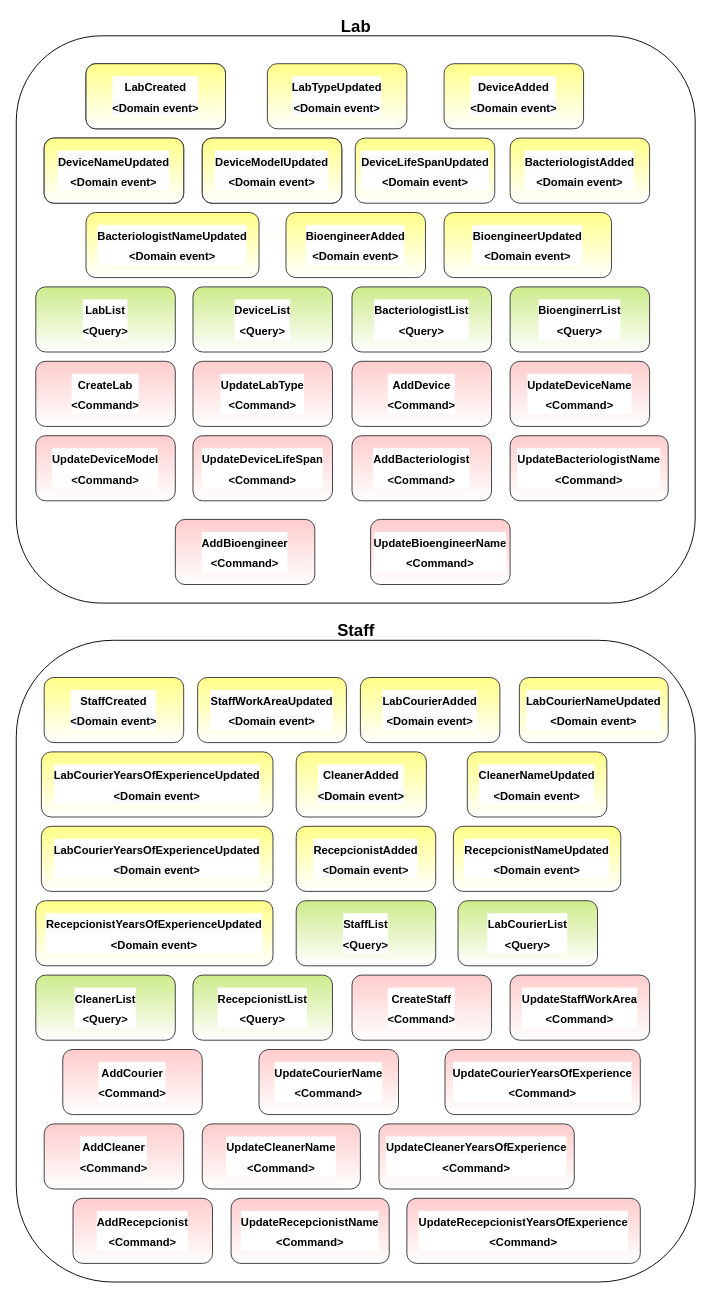
This is page "CommandsQuerys" (4 of 4) of src/main/java/MedalloLab.drawio from jpabloallin/medellinLabDDD, a draw.io file, before an edit. Source tidied: cells renumbered, new cells numbered last; positions are measured from the earlier drawing's top-left corner, leaving out a move shared by most shapes. Both pictures are drawn from the tidied source at 93%, with x=0, y=0 at pixel (16, 17).
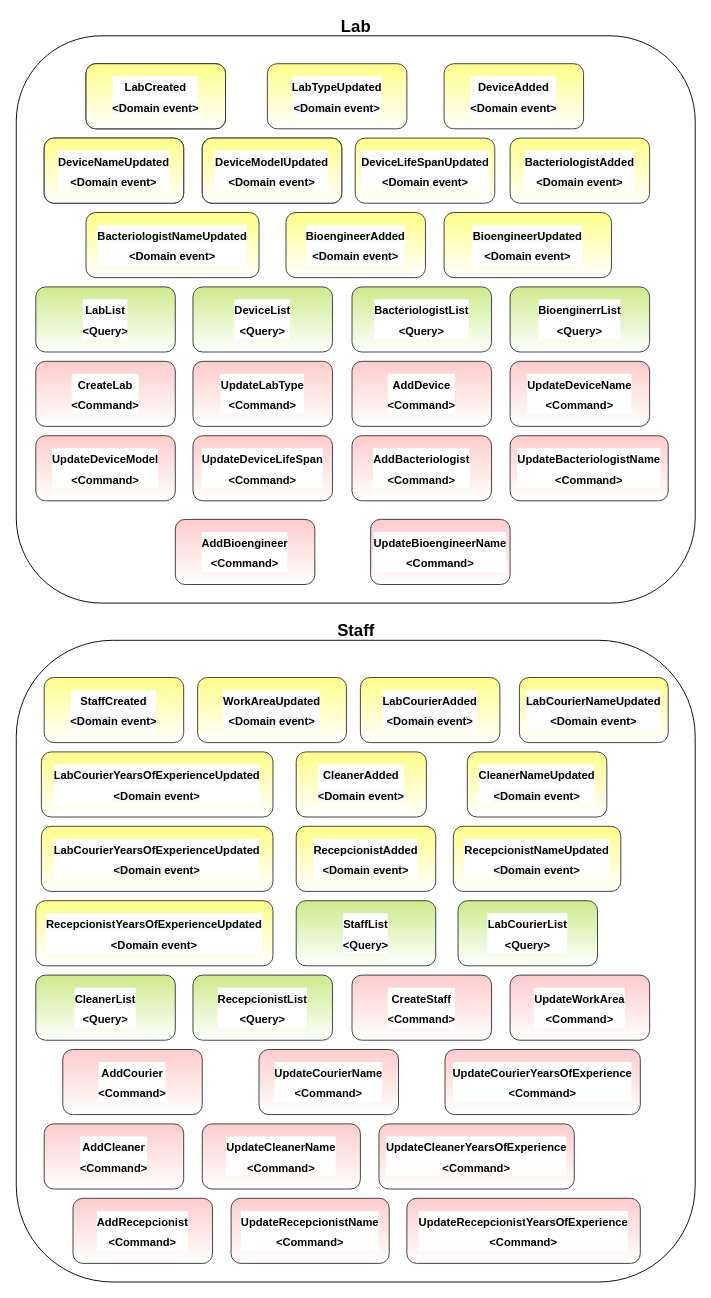
The same page after the edit.

Change to the diagram source:
```diff
@@
-    <mxCell id="57" value="&lt;span style=&quot;font-size: 12px; font-weight: 700; text-align: left; background-color: rgb(248, 249, 250);&quot;&gt;StaffWorkAreaUpdated&lt;br&gt;&lt;/span&gt;&lt;span style=&quot;font-size: 12px; font-weight: 700; text-align: left; background-color: rgb(248, 249, 250);&quot;&gt;&amp;lt;Domain event&amp;gt;&lt;/span&gt;&lt;span style=&quot;font-size: 12px; font-weight: 700; text-align: left; background-color: rgb(248, 249, 250);&quot;&gt;&lt;br&gt;&lt;/span&gt;" style="rounded=1;whiteSpace=wrap;html=1;labelBackgroundColor=default;labelBorderColor=none;fontSize=18;strokeColor=#36393d;fillColor=#ffff88;gradientColor=#ffffff;" parent="1" vertex="1">
+    <mxCell id="57" value="&lt;span style=&quot;font-size: 12px; font-weight: 700; text-align: left; background-color: rgb(248, 249, 250);&quot;&gt;WorkAreaUpdated&lt;br&gt;&lt;/span&gt;&lt;span style=&quot;font-size: 12px; font-weight: 700; text-align: left; background-color: rgb(248, 249, 250);&quot;&gt;&amp;lt;Domain event&amp;gt;&lt;/span&gt;&lt;span style=&quot;font-size: 12px; font-weight: 700; text-align: left; background-color: rgb(248, 249, 250);&quot;&gt;&lt;br&gt;&lt;/span&gt;" style="rounded=1;whiteSpace=wrap;html=1;labelBackgroundColor=default;labelBorderColor=none;fontSize=18;strokeColor=#36393d;fillColor=#ffff88;gradientColor=#ffffff;" parent="1" vertex="1">
       <mxGeometry x="195" y="710" width="160" height="70" as="geometry" />
     </mxCell>
-    <mxCell id="58" value="&lt;b&gt;&lt;font style=&quot;font-size: 12px;&quot;&gt;Update&lt;/font&gt;&lt;/b&gt;&lt;b&gt;&lt;font style=&quot;font-size: 12px;&quot;&gt;StaffWorkArea&lt;br&gt;&amp;lt;Command&amp;gt;&lt;br&gt;&lt;/font&gt;&lt;/b&gt;" style="rounded=1;whiteSpace=wrap;html=1;labelBackgroundColor=default;labelBorderColor=none;fontSize=18;strokeColor=#36393d;fillColor=#ffcccc;gradientColor=#ffffff;" parent="1" vertex="1">
+    <mxCell id="58" value="&lt;b&gt;&lt;font style=&quot;font-size: 12px;&quot;&gt;Update&lt;/font&gt;&lt;/b&gt;&lt;b&gt;&lt;font style=&quot;font-size: 12px;&quot;&gt;WorkArea&lt;br&gt;&amp;lt;Command&amp;gt;&lt;br&gt;&lt;/font&gt;&lt;/b&gt;" style="rounded=1;whiteSpace=wrap;html=1;labelBackgroundColor=default;labelBorderColor=none;fontSize=18;strokeColor=#36393d;fillColor=#ffcccc;gradientColor=#ffffff;" parent="1" vertex="1">
       <mxGeometry x="531" y="1030" width="150" height="70" as="geometry" />
     </mxCell>
```
